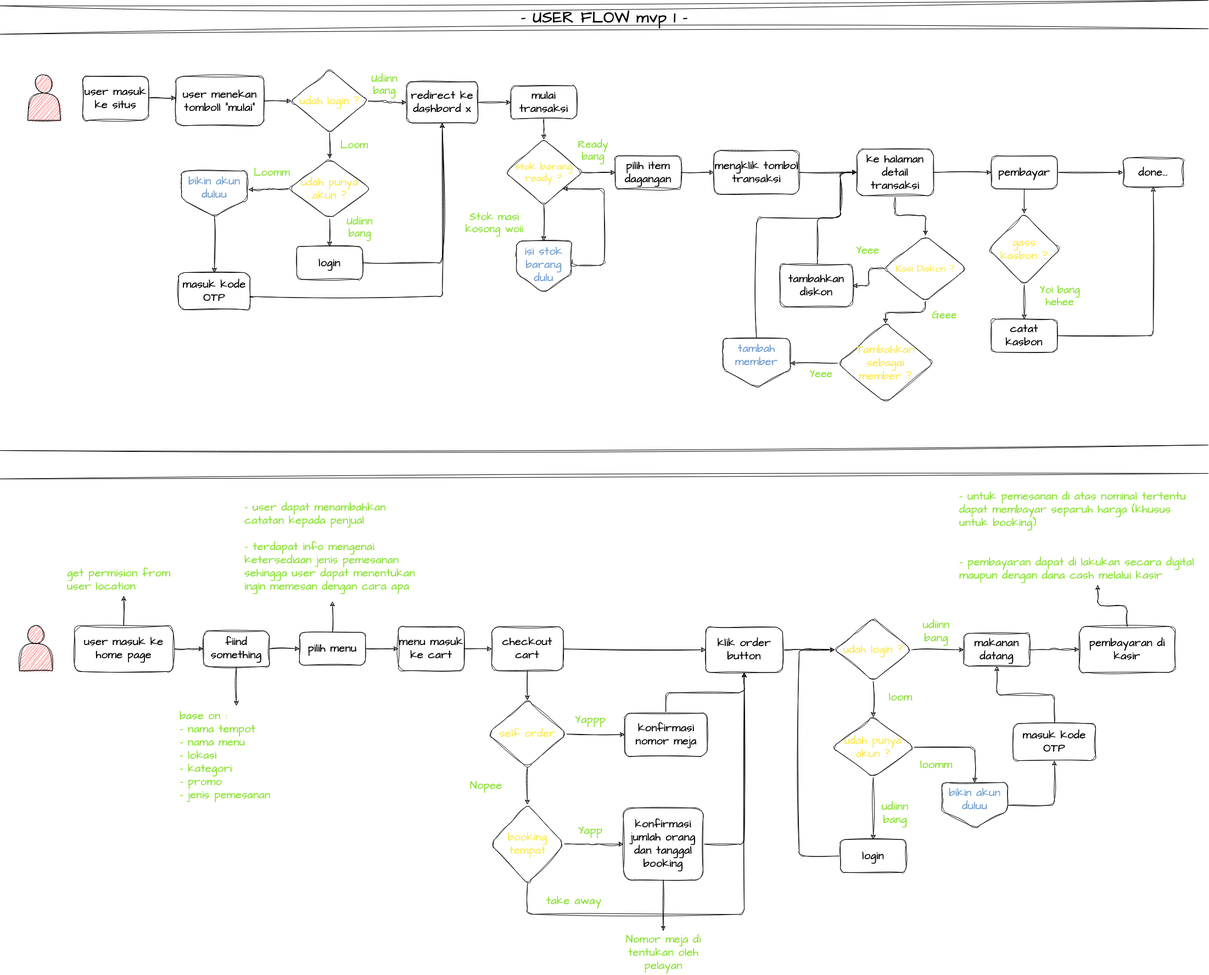
This is Untitled Diagram.drawio.png from Petrichor-Dev/mypos, a draw.io export, as it was before one commit. Source tidied: cells renumbered, new cells last; positions are measured from the earlier drawing's top-left corner, leaving out a move shared by most shapes.
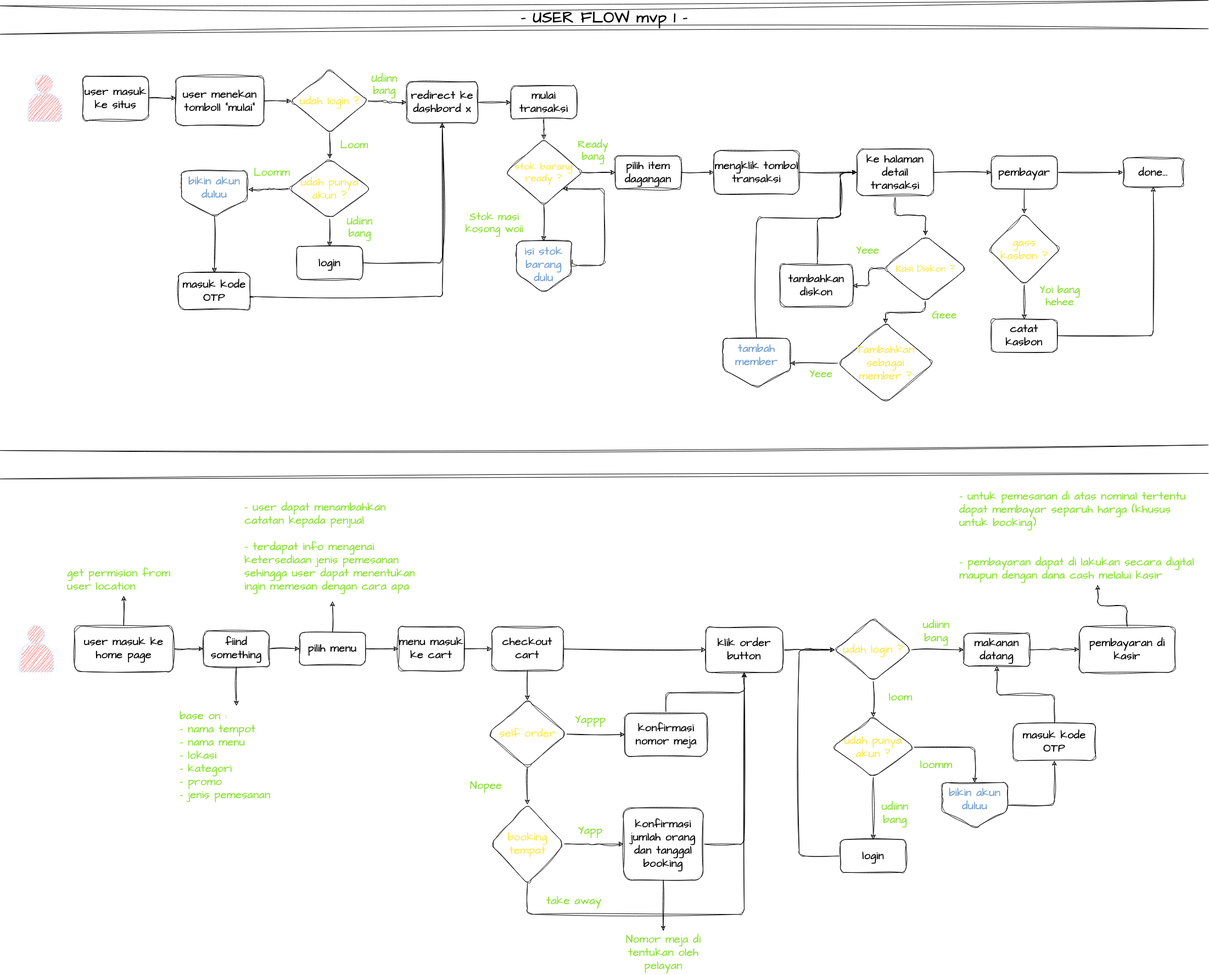
The same file after the commit.

What changed in the source:
```diff
@@ -196,7 +196,7 @@
     <mxCell id="57" value="- USER FLOW mvp 1 -" style="edgeLabel;html=1;align=center;verticalAlign=middle;sketch=1;hachureGap=4;jiggle=2;curveFitting=1;fontFamily=Architects Daughter;fontSource=https%3A%2F%2Ffonts.googleapis.com%2Fcss%3Ffamily%3DArchitects%2BDaughter;fontSize=29;labelBackgroundColor=none;rounded=1;fontStyle=1;" parent="56" vertex="1">
       <mxGeometry relative="1" as="geometry" />
     </mxCell>
-    <mxCell id="58" style="shape=actor;whiteSpace=wrap;html=1;sketch=1;hachureGap=4;jiggle=2;curveFitting=1;fontFamily=Architects Daughter;fontSource=https%3A%2F%2Ffonts.googleapis.com%2Fcss%3Ffamily%3DArchitects%2BDaughter;fontSize=20;labelBackgroundColor=none;rounded=1;fillColor=#FF3333;fontStyle=1;" parent="1" vertex="1">
+    <mxCell id="58" style="shape=actor;whiteSpace=wrap;html=1;sketch=1;hachureGap=4;jiggle=2;curveFitting=1;fontFamily=Architects Daughter;fontSource=https%3A%2F%2Ffonts.googleapis.com%2Fcss%3Ffamily%3DArchitects%2BDaughter;fontSize=20;labelBackgroundColor=none;rounded=1;fillColor=#FF3333;fontStyle=1;strokeColor=#D4E1F5;" parent="1" vertex="1">
       <mxGeometry x="50" y="110" width="60" height="82.5" as="geometry" />
     </mxCell>
     <mxCell id="59" value="&lt;font color=&quot;#729fcf&quot;&gt;isi stok barang dulu&lt;/font&gt;" style="shape=offPageConnector;whiteSpace=wrap;html=1;sketch=1;hachureGap=4;jiggle=2;curveFitting=1;fontFamily=Architects Daughter;fontSource=https%3A%2F%2Ffonts.googleapis.com%2Fcss%3Ffamily%3DArchitects%2BDaughter;fontSize=20;verticalAlign=top;labelBackgroundColor=none;rounded=1;fontStyle=1;" parent="1" vertex="1">
@@ -359,7 +359,7 @@
     <mxCell id="106" value="&lt;font color=&quot;#8ae234&quot;&gt;get permision from user location&lt;/font&gt;" style="text;strokeColor=none;align=left;fillColor=none;html=1;verticalAlign=top;whiteSpace=wrap;rounded=0;sketch=1;hachureGap=4;jiggle=2;curveFitting=1;fontFamily=Architects Daughter;fontSource=https%3A%2F%2Ffonts.googleapis.com%2Fcss%3Ffamily%3DArchitects%2BDaughter;fontSize=20;horizontal=1;fontStyle=1;" parent="1" vertex="1">
       <mxGeometry x="120" y="999" width="210" height="60" as="geometry" />
     </mxCell>
-    <mxCell id="107" style="shape=actor;whiteSpace=wrap;html=1;sketch=1;hachureGap=4;jiggle=2;curveFitting=1;fontFamily=Architects Daughter;fontSource=https%3A%2F%2Ffonts.googleapis.com%2Fcss%3Ffamily%3DArchitects%2BDaughter;fontSize=20;labelBackgroundColor=none;rounded=1;fillColor=#FF3333;fontStyle=1;" parent="1" vertex="1">
+    <mxCell id="107" style="shape=actor;whiteSpace=wrap;html=1;sketch=1;hachureGap=4;jiggle=2;curveFitting=1;fontFamily=Architects Daughter;fontSource=https%3A%2F%2Ffonts.googleapis.com%2Fcss%3Ffamily%3DArchitects%2BDaughter;fontSize=20;labelBackgroundColor=none;rounded=1;fillColor=#FF3333;fontStyle=1;strokeColor=#D4E1F5;" parent="1" vertex="1">
       <mxGeometry x="35" y="1112.8" width="60" height="82.5" as="geometry" />
     </mxCell>
     <mxCell id="108" value="&lt;div&gt;&lt;font color=&quot;#8ae234&quot;&gt;- user dapat menambahkan catatan kepada penjual&lt;/font&gt;&lt;/div&gt;&lt;div&gt;&lt;font color=&quot;#8ae234&quot;&gt;&lt;br&gt;&lt;/font&gt;&lt;/div&gt;&lt;font color=&quot;#8ae234&quot;&gt;- terdapat info mengenai ketersediaan jenis pemesanan sehingga user dapat menentukan ingin memesan dengan cara apa&lt;/font&gt;" style="text;strokeColor=none;align=left;fillColor=none;html=1;verticalAlign=top;whiteSpace=wrap;rounded=0;sketch=1;hachureGap=4;jiggle=2;curveFitting=1;fontFamily=Architects Daughter;fontSource=https%3A%2F%2Ffonts.googleapis.com%2Fcss%3Ffamily%3DArchitects%2BDaughter;fontSize=20;horizontal=1;fontStyle=1;" parent="1" vertex="1">
```
